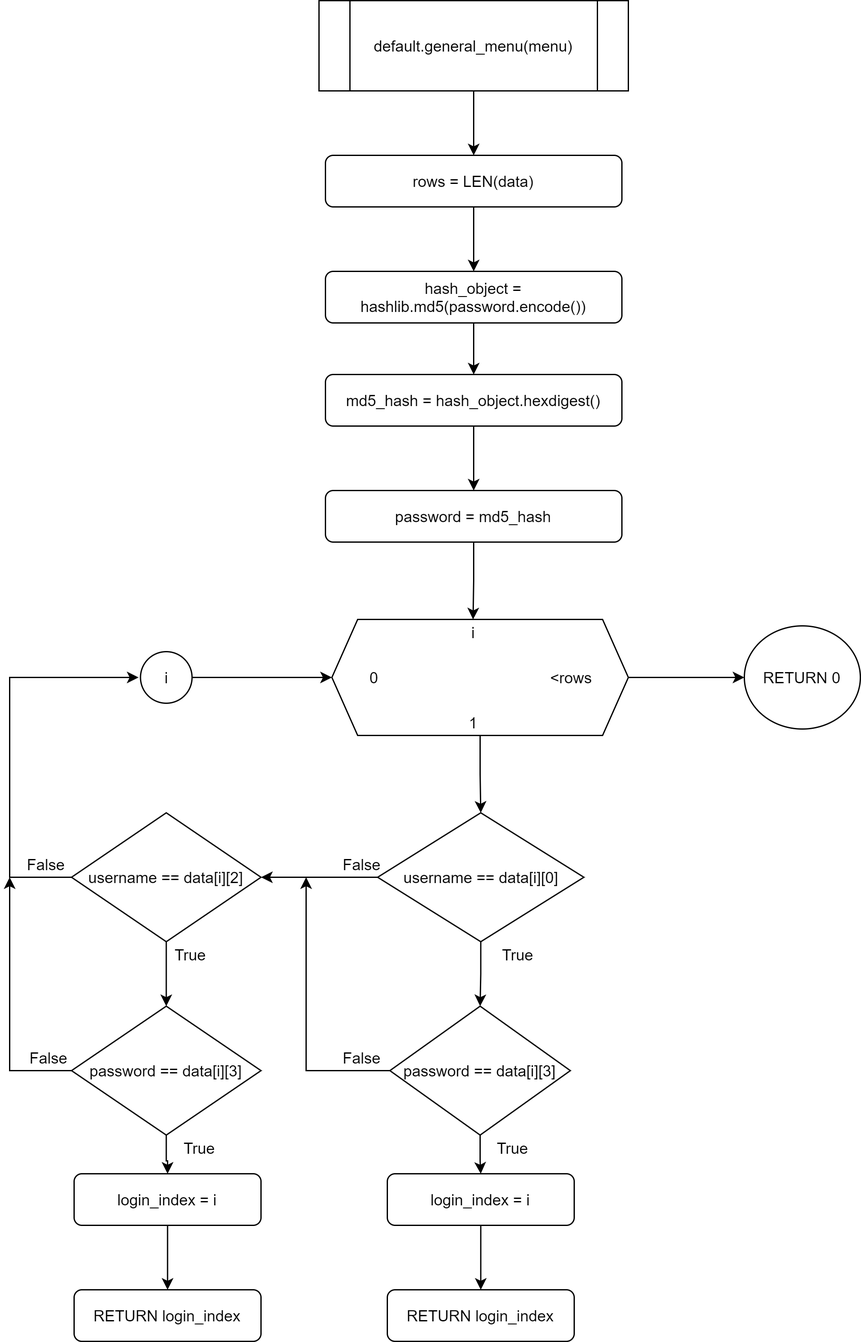
Above: Flowchart/default/check_password.png in RabbitBear00/Car-Rental-System (draw.io), before the change. Source tidied: cells renumbered, new cells last; positions are measured from the earlier drawing's top-left corner, leaving out a move shared by most shapes.
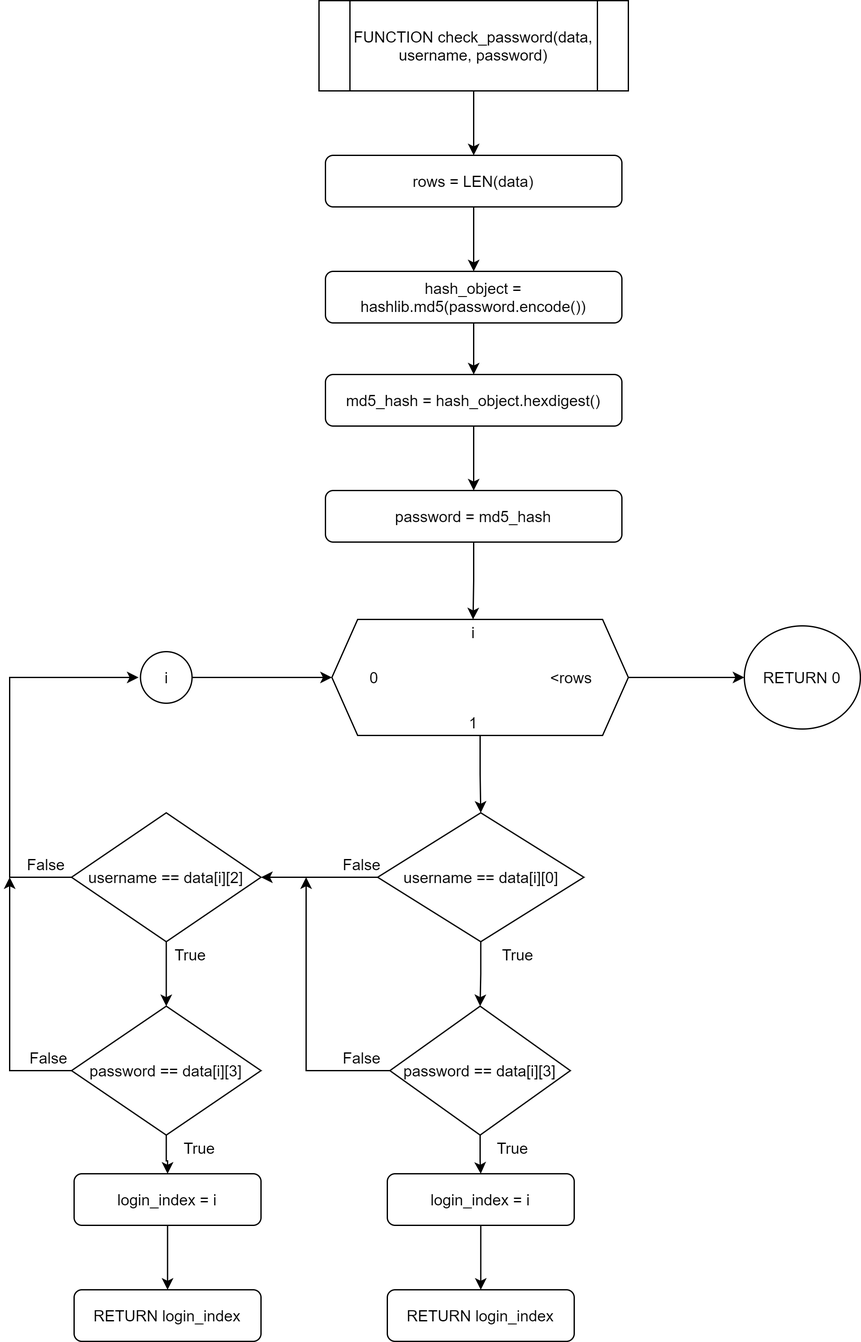
After the commit.

Change to the diagram source:
```diff
@@ -5,7 +5,7 @@
     <mxCell id="2" style="edgeStyle=orthogonalEdgeStyle;rounded=0;jettySize=auto;html=1;" parent="1" edge="1" source="3" target="5">
       <mxGeometry relative="1" as="geometry" />
     </mxCell>
-    <mxCell id="3" value="default.general_menu(menu)" style="shape=process;whiteSpace=wrap;html=1;backgroundOutline=1;" parent="1" vertex="1">
+    <mxCell id="3" value="FUNCTION check_password(data, username, password)" style="shape=process;whiteSpace=wrap;html=1;backgroundOutline=1;" parent="1" vertex="1">
       <mxGeometry x="240" width="240" height="70" as="geometry" />
     </mxCell>
     <mxCell id="4" style="edgeStyle=orthogonalEdgeStyle;rounded=0;jettySize=auto;html=1;" parent="1" edge="1" source="5" target="7">
```
